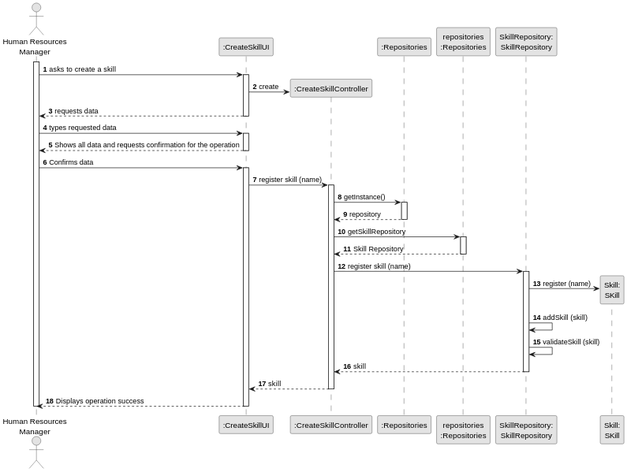
This is docs/sprintA&B/us001/03.design/svg/us001-sequence-diagram-full.svg from daniel41silva05/ISEP_2023_2024_LAPR2, a PlantUML export, as it was before one commit. The source it was exported from:
```plantuml
@startuml
skinparam monochrome true
skinparam packageStyle rectangle
skinparam shadowing false

autonumber

actor "Human Resources\nManager" as HRM
participant ":CreateSkillUI" as UI
participant ":CreateSkillController" as CTRL
participant ":Repositories" as REP
participant "repositories\n:Repositories" as REPS
participant "SkillRepository:\nSkillRepository" as SkillREP
participant "Skill:\nSKill" as SKILL

activate HRM

    HRM -> UI : asks to create a skill
    activate UI

        UI -> CTRL** : create

    UI --> HRM : requests data
    deactivate UI

    HRM -> UI : types requested data
    activate UI

    UI --> HRM:Shows all data and requests confirmation for the operation
    deactivate UI

    HRM -> UI :Confirms data
    activate UI

        UI -> CTRL : register skill (name)
        activate CTRL

            CTRL -> REP : getInstance()
            activate REP

            REP --> CTRL : repository
            deactivate REP

            CTRL -> REPS : getSkillRepository
            activate REPS

            REPS --> CTRL : Skill Repository
            deactivate REPS

            CTRL -> SkillREP : register skill (name)
            activate SkillREP

            SkillREP -> SKILL** : register (name)

                SkillREP -> SkillREP : addSkill (skill)

                SkillREP -> SkillREP : validateSkill (skill)

            SkillREP --> CTRL : skill
            deactivate SkillREP

        CTRL --> UI : skill
        deactivate CTRL

    UI --> HRM :Displays operation success
    deactivate UI

deactivate HRM
@enduml
```
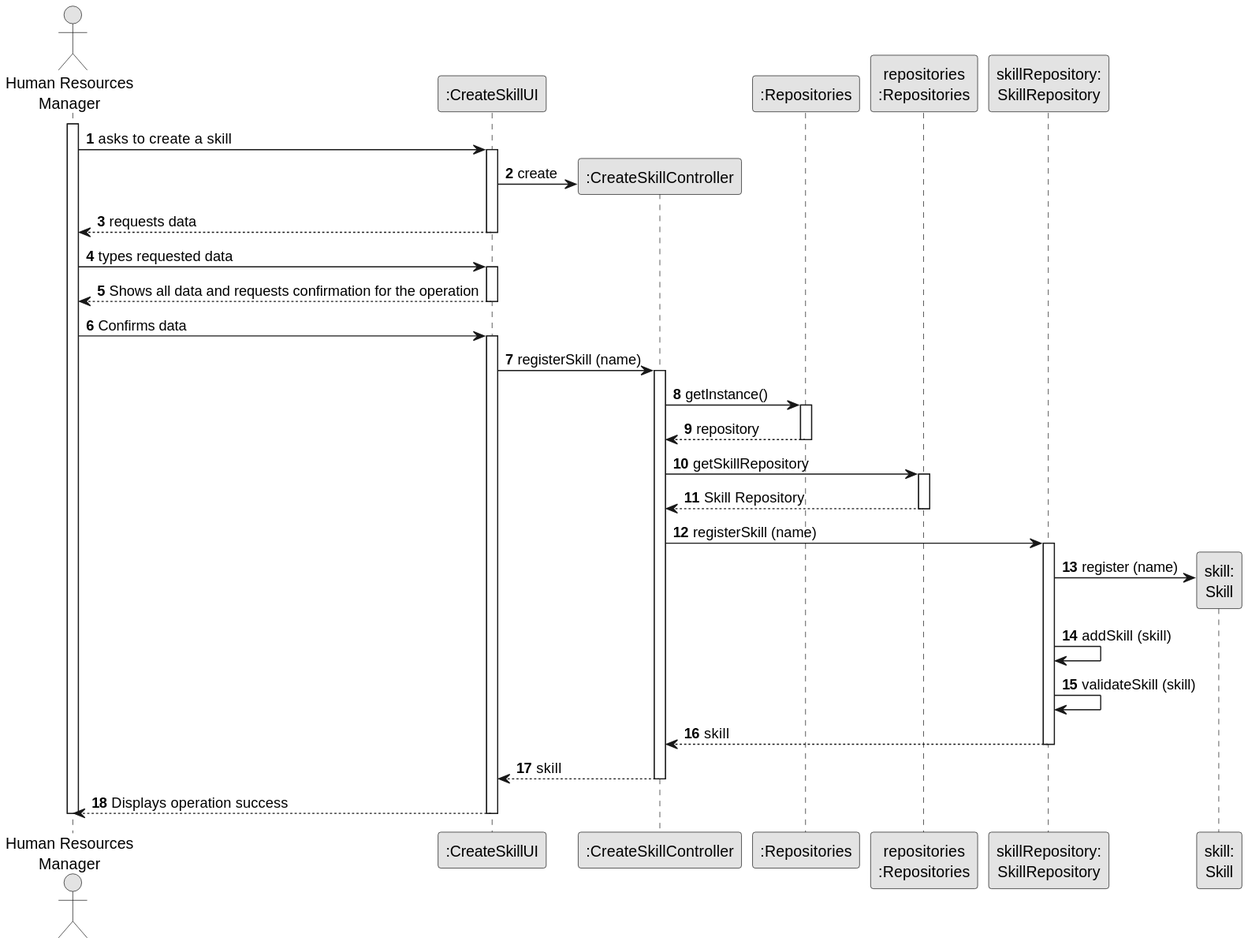
The same file after the commit.

The edit, as a diff of the source:
```diff
@@ -10,8 +10,8 @@
 participant ":CreateSkillController" as CTRL
 participant ":Repositories" as REP
 participant "repositories\n:Repositories" as REPS
-participant "SkillRepository:\nSkillRepository" as SkillREP
-participant "Skill:\nSKill" as SKILL
+participant "skillRepository:\nSkillRepository" as SkillREP
+participant "skill:\nSkill" as SKILL
 
 activate HRM
 
@@ -32,7 +32,7 @@
     HRM -> UI :Confirms data
     activate UI
 
-        UI -> CTRL : register skill (name)
+        UI -> CTRL : registerSkill (name)
         activate CTRL
 
             CTRL -> REP : getInstance()
@@ -47,7 +47,7 @@
             REPS --> CTRL : Skill Repository
             deactivate REPS
 
-            CTRL -> SkillREP : register skill (name)
+            CTRL -> SkillREP : registerSkill (name)
             activate SkillREP
 
             SkillREP -> SKILL** : register (name)
```
